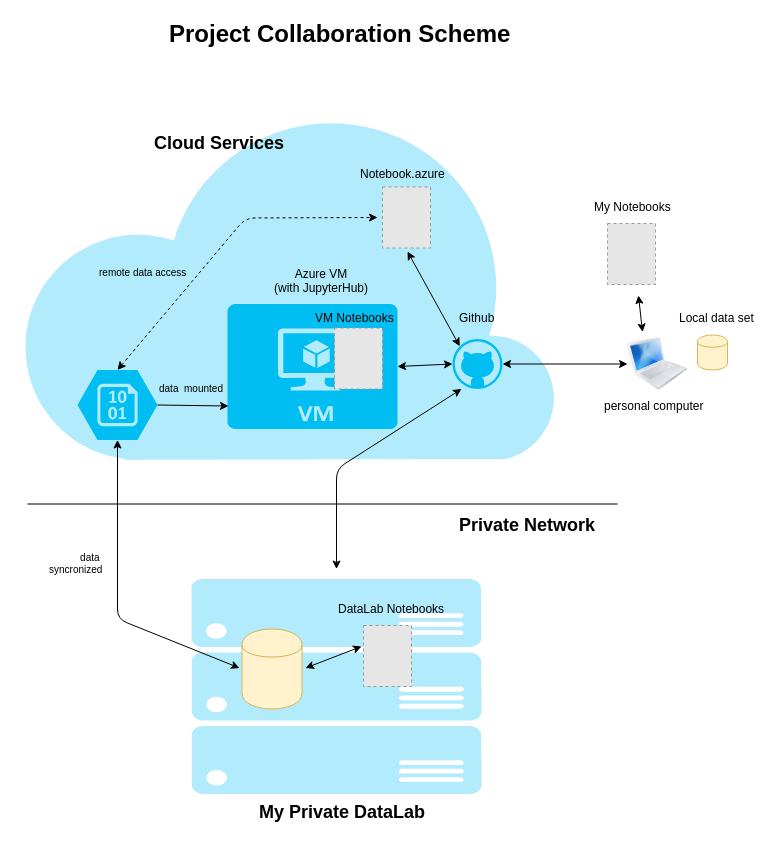
The draw.io diagram UVES_anomaly_detection.drawio in epena-eso/UVES-Anomaly-Detection, before the edit. Source tidied: cells renumbered, new cells numbered last; positions are measured from the earlier drawing's top-left corner, leaving out a move shared by most shapes. Both pictures are drawn from the tidied source at 100%, with x=0, y=0 at pixel (17, 17). Pictures stored in the file or linked from it are replaced by grey dashed boxes.
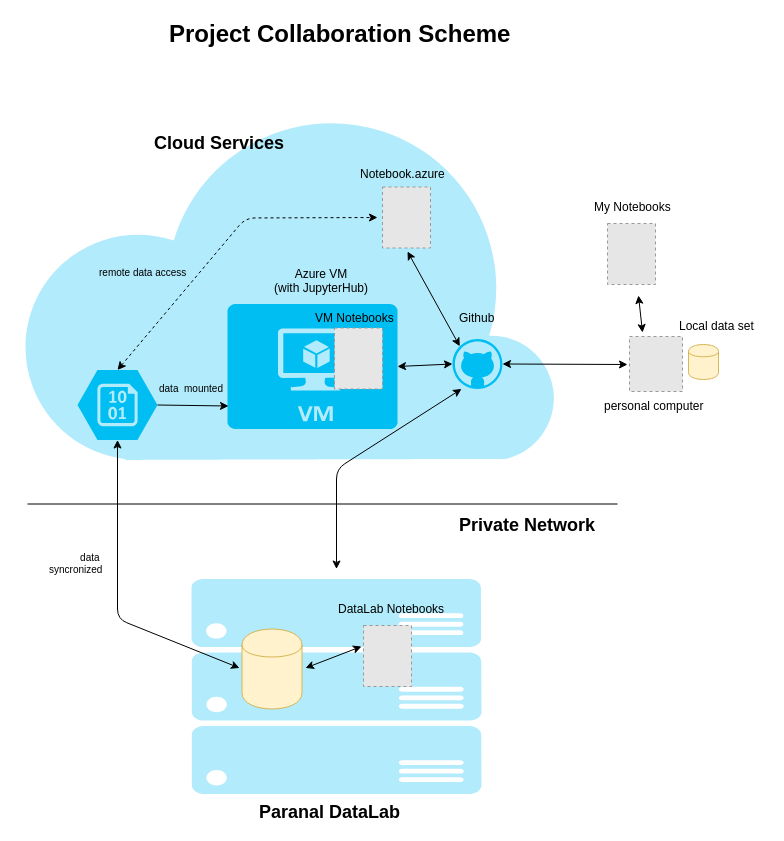
Above is the later version.

Unchanged cells that the change refers to:
```xml
<mxCell id="3" style="verticalLabelPosition=bottom;html=1;verticalAlign=top;align=center;strokeColor=none;fillColor=#00BEF2;shape=mxgraph.azure.github_code;" parent="1" vertex="1">
  <mxGeometry x="435" y="321.5" width="50" height="50" as="geometry" />
</mxCell>
```

Change to the diagram source:
```diff
@@
-    <mxCell id="6" value="&lt;div style=&quot;text-align: center ; font-size: 18px&quot;&gt;&lt;b&gt;&lt;span&gt;My Private&amp;nbsp;&lt;/span&gt;&lt;span&gt;DataLab&lt;/span&gt;&lt;/b&gt;&lt;/div&gt;" style="text;html=1;align=left;verticalAlign=top;spacingTop=-4;" parent="1" vertex="1">
-      <mxGeometry x="240" y="781.5" width="180" height="20" as="geometry" />
+    <mxCell id="6" value="&lt;div style=&quot;text-align: center ; font-size: 18px&quot;&gt;&lt;b&gt;&lt;span&gt;Paranal&amp;nbsp;&lt;/span&gt;&lt;span&gt;DataLab&lt;/span&gt;&lt;/b&gt;&lt;/div&gt;" style="text;html=1;align=left;verticalAlign=top;spacingTop=-4;" parent="1" vertex="1">
+      <mxGeometry x="240" y="781.5" width="160" height="20" as="geometry" />
     </mxCell>
@@
-    <mxCell id="17" style="image;html=1;labelBackgroundColor=#ffffff;image=img/lib/clip_art/computers/MacBook_128x128.png;" parent="1" vertex="1">
-      <mxGeometry x="610" y="314.5" width="60" height="64" as="geometry" />
-    </mxCell>
-    <mxCell id="18" style="endArrow=classic;startArrow=classic;html=1;strokeColor=#000000;entryX=0;entryY=0.5;entryDx=0;entryDy=0;exitX=1;exitY=0.5;exitDx=0;exitDy=0;exitPerimeter=0;" parent="1" edge="1" source="3" target="17">
-      <mxGeometry relative="1" as="geometry" />
+    <mxCell id="18" style="endArrow=classic;startArrow=classic;html=1;strokeColor=#000000;entryX=0;entryY=0.5;entryDx=0;entryDy=0;exitX=1;exitY=0.5;exitDx=0;exitDy=0;exitPerimeter=0;" parent="1" edge="1" source="3">
+      <mxGeometry relative="1" as="geometry">
+        <mxPoint x="610" y="347" as="targetPoint" />
+      </mxGeometry>
     </mxCell>
@@
-    <mxCell id="25" style="endArrow=classic;startArrow=classic;html=1;strokeColor=#000000;exitX=0.25;exitY=0;exitDx=0;exitDy=0;entryX=0.5;entryY=1;entryDx=0;entryDy=0;" parent="1" edge="1" source="17">
+    <mxCell id="25" style="endArrow=classic;startArrow=classic;html=1;strokeColor=#000000;exitX=0.25;exitY=0;exitDx=0;exitDy=0;entryX=0.5;entryY=1;entryDx=0;entryDy=0;" parent="1" edge="1">
       <mxGeometry relative="1" as="geometry">
+        <mxPoint x="625" y="315" as="sourcePoint" />
         <mxPoint x="621" y="278" as="targetPoint" />
       </mxGeometry>
     </mxCell>
     <mxCell id="26" value="Local data set" style="text;html=1;align=left;verticalAlign=top;spacingTop=-4;" parent="1" vertex="1">
-      <mxGeometry x="660" y="290.5" width="90" height="20" as="geometry" />
+      <mxGeometry x="660" y="299" width="90" height="20" as="geometry" />
     </mxCell>
@@
     <mxCell id="28" style="shape=cylinder;whiteSpace=wrap;html=1;boundedLbl=1;backgroundOutline=1;fillColor=#fff2cc;strokeColor=#d6b656;" parent="1" vertex="1">
-      <mxGeometry x="680" y="317.5" width="30" height="35" as="geometry" />
+      <mxGeometry x="671" y="327" width="30" height="35" as="geometry" />
     </mxCell>
@@
+    <mxCell id="39" style="fillColor=#E6E6E6;strokeColor=#999999;dashed=1;verticalLabelPosition=bottom;labelBackgroundColor=#ffffff;verticalAlign=top;" parent="1" vertex="1">
+      <mxGeometry x="612" y="319" width="53" height="55" as="geometry" />
+    </mxCell>
```
